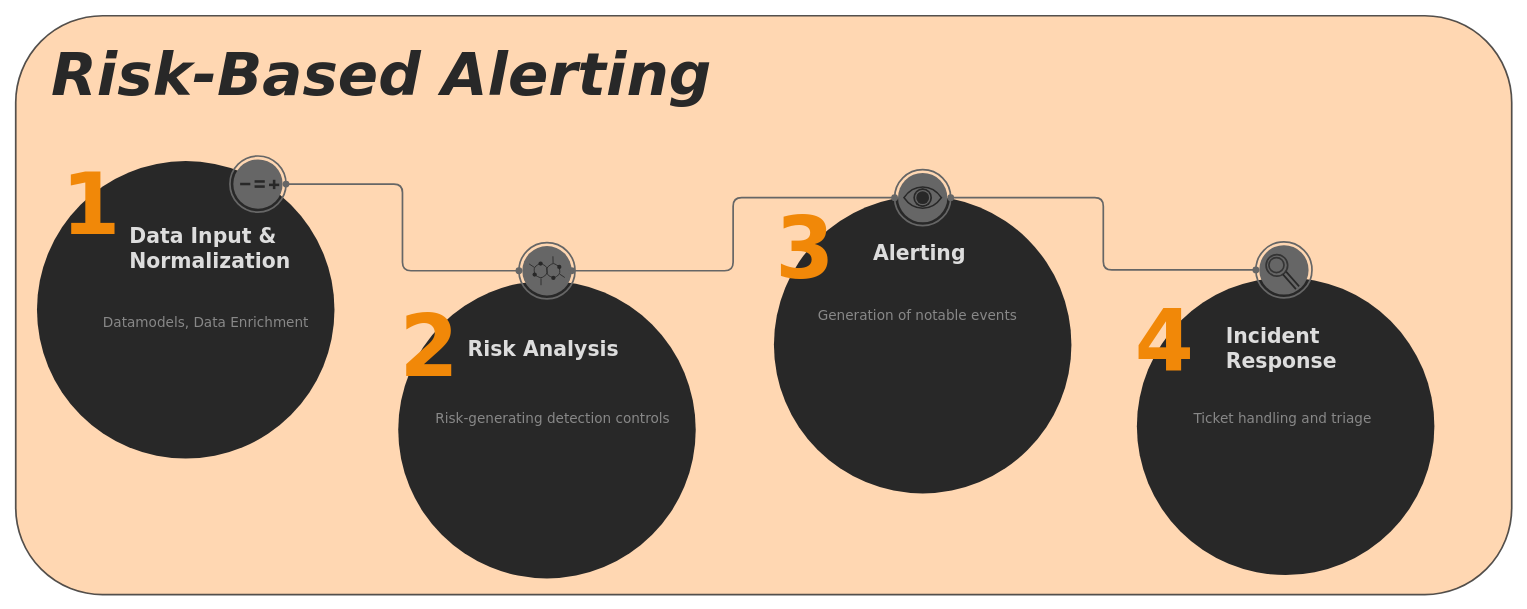
Above: RBA.drawio in Lombs/junkbox (draw.io), before the change. Source tidied: cells renumbered, new cells numbered last; positions are measured from the earlier drawing's top-left corner, leaving out a move shared by most shapes. Both pictures are drawn from the tidied source at 85%, with x=0, y=0 at pixel (15, 15).
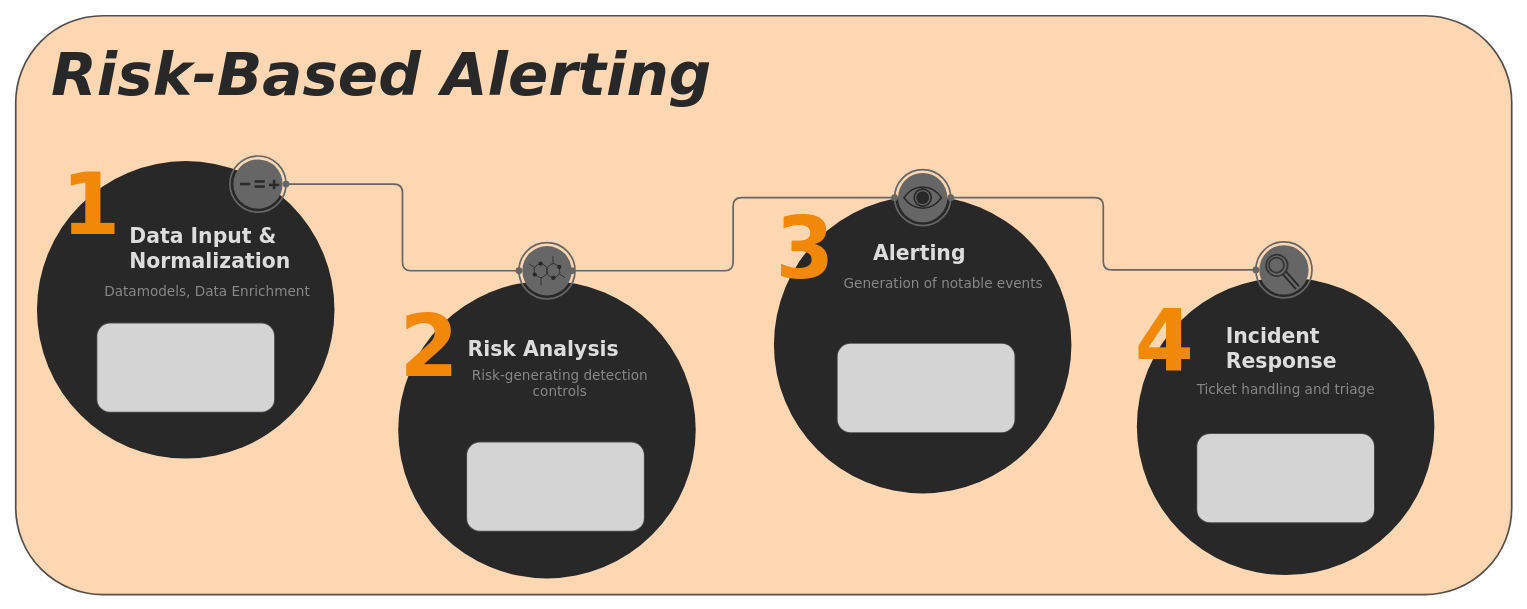
Above is the later version.

The edit, as a diff of the source:
```diff
@@
-    <mxCell id="13" value="Datamodels, Data Enrichment" style="text;html=1;align=left;verticalAlign=top;spacingTop=-4;fontSize=16;fontColor=#888888;fontFamily=Verdana;rounded=1;" parent="1" vertex="1">
-      <mxGeometry x="101" y="349" width="260" height="20" as="geometry" />
+    <mxCell id="13" value="Datamodels, Data Enrichment" style="text;html=1;align=center;verticalAlign=top;spacingTop=-4;fontSize=16;fontColor=#888888;fontFamily=Verdana;rounded=1;" parent="1" vertex="1">
+      <mxGeometry x="95" y="312" width="260" height="20" as="geometry" />
     </mxCell>
-    <mxCell id="14" value="Risk-generating detection controls" style="text;html=1;align=left;verticalAlign=top;spacingTop=-4;fontSize=16;fontColor=#888888;fontFamily=Verdana;rounded=1;" parent="1" vertex="1">
-      <mxGeometry x="492" y="462" width="290" height="20" as="geometry" />
+    <mxCell id="14" value="&lt;div&gt;Risk-generating detection &lt;br&gt;&lt;/div&gt;&lt;div&gt;controls&lt;/div&gt;" style="text;html=1;align=center;verticalAlign=top;spacingTop=-4;fontSize=16;fontColor=#888888;fontFamily=Verdana;rounded=1;" parent="1" vertex="1">
+      <mxGeometry x="530" y="411" width="220" height="40" as="geometry" />
     </mxCell>
-    <mxCell id="15" value="Generation of notable events" style="text;html=1;align=left;verticalAlign=top;spacingTop=-4;fontSize=16;fontColor=#888888;fontFamily=Verdana;rounded=1;" parent="1" vertex="1">
-      <mxGeometry x="942" y="341" width="250" height="20" as="geometry" />
+    <mxCell id="15" value="Generation of notable events" style="text;html=1;align=center;verticalAlign=top;spacingTop=-4;fontSize=16;fontColor=#888888;fontFamily=Verdana;rounded=1;" parent="1" vertex="1">
+      <mxGeometry x="966" y="303" width="250" height="20" as="geometry" />
     </mxCell>
@@
-    <mxCell id="62" value="Ticket handling and triage" style="text;html=1;align=left;verticalAlign=top;spacingTop=-4;fontSize=16;fontColor=#888888;fontFamily=Verdana;rounded=1;" parent="1" vertex="1">
-      <mxGeometry x="1384" y="462" width="230" height="20" as="geometry" />
+    <mxCell id="62" value="Ticket handling and triage" style="text;html=1;align=center;verticalAlign=top;spacingTop=-4;fontSize=16;fontColor=#888888;fontFamily=Verdana;rounded=1;" parent="1" vertex="1">
+      <mxGeometry x="1379" y="427" width="230" height="20" as="geometry" />
     </mxCell>
+    <mxCell id="63" style="rounded=1;whiteSpace=wrap;html=1;sketch=0;strokeColor=#282828;strokeWidth=2;fontFamily=Verdana;fontColor=#282828;opacity=80;align=center;" parent="1" vertex="1">
+      <mxGeometry x="95" y="361" width="210" height="106" as="geometry" />
+    </mxCell>
+    <mxCell id="64" style="rounded=1;whiteSpace=wrap;html=1;sketch=0;strokeColor=#282828;strokeWidth=2;fontFamily=Verdana;fontColor=#282828;opacity=80;align=center;" parent="1" vertex="1">
+      <mxGeometry x="530" y="501" width="210" height="106" as="geometry" />
+    </mxCell>
+    <mxCell id="65" style="rounded=1;whiteSpace=wrap;html=1;sketch=0;strokeColor=#282828;strokeWidth=2;fontFamily=Verdana;fontColor=#282828;opacity=80;align=center;" parent="1" vertex="1">
+      <mxGeometry x="966" y="385" width="210" height="106" as="geometry" />
+    </mxCell>
+    <mxCell id="66" style="rounded=1;whiteSpace=wrap;html=1;sketch=0;strokeColor=#282828;strokeWidth=2;fontFamily=Verdana;fontColor=#282828;opacity=80;align=center;" parent="1" vertex="1">
+      <mxGeometry x="1389" y="491" width="210" height="106" as="geometry" />
+    </mxCell>
```
